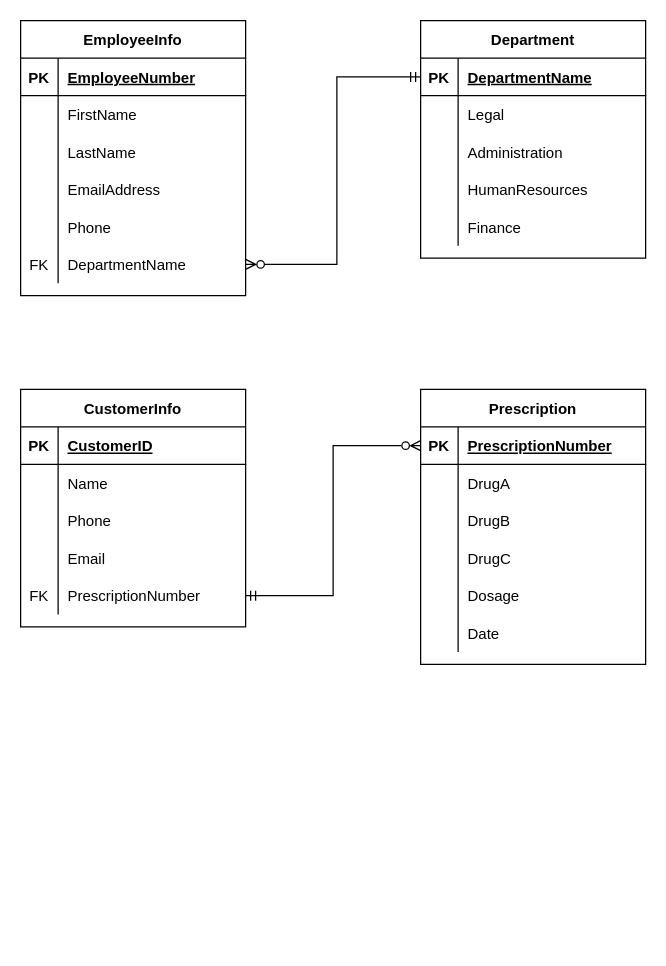
This is In Class Practice.drawio from JerryJi002/Diagrams, a draw.io file, before an edit. Source tidied: cells renumbered, new cells numbered last; positions are measured from the earlier drawing's top-left corner, leaving out a move shared by most shapes. Both pictures are drawn from the tidied source at 125%, with x=0, y=0 at pixel (20, 20).
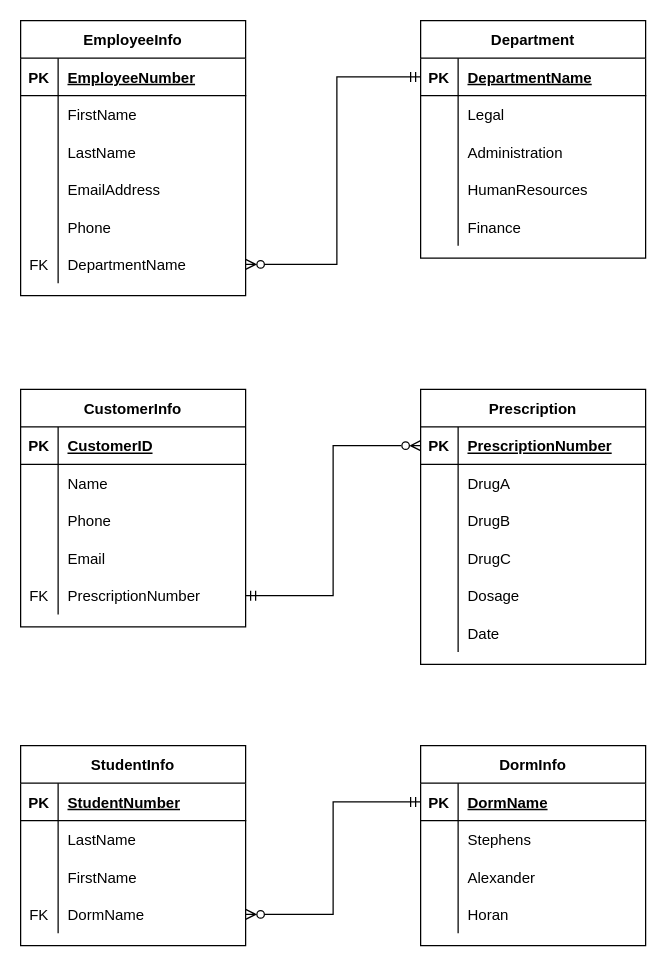
The same diagram, later.

What changed in the source:
```diff
@@
+    <mxCell id="74" value="StudentInfo" style="shape=table;startSize=30;childLayout=tableLayout;rowLines=0;fontStyle=1;align=center;" parent="1" vertex="1">
+      <mxGeometry y="580" width="180" height="160" as="geometry" />
+    </mxCell>
+    <mxCell id="75" style="shape=tableRow;horizontal=0;startSize=0;swimlaneHead=0;swimlaneBody=0;fillColor=none;top=0;left=0;right=0;bottom=1;" parent="74" vertex="1">
+      <mxGeometry y="30" width="180" height="30" as="geometry" />
+    </mxCell>
+    <mxCell id="76" value="PK" style="shape=partialRectangle;fillColor=none;top=0;left=0;bottom=0;right=0;fontStyle=1;overflow=hidden;" parent="75" vertex="1">
+      <mxGeometry width="30" height="30" as="geometry" />
+    </mxCell>
+    <mxCell id="77" value="StudentNumber" style="shape=partialRectangle;fillColor=none;top=0;left=0;bottom=0;right=0;align=left;spacingLeft=6;fontStyle=5;overflow=hidden;" parent="75" vertex="1">
+      <mxGeometry x="30" width="150" height="30" as="geometry" />
+    </mxCell>
+    <mxCell id="78" style="shape=tableRow;horizontal=0;startSize=0;swimlaneHead=0;swimlaneBody=0;fillColor=none;top=0;left=0;right=0;bottom=0;" parent="74" vertex="1">
+      <mxGeometry y="60" width="180" height="30" as="geometry" />
+    </mxCell>
+    <mxCell id="79" style="shape=partialRectangle;fillColor=none;top=0;left=0;bottom=0;right=0;overflow=hidden;" parent="78" vertex="1">
+      <mxGeometry width="30" height="30" as="geometry" />
+    </mxCell>
+    <mxCell id="80" value="LastName" style="shape=partialRectangle;fillColor=none;top=0;left=0;bottom=0;right=0;align=left;spacingLeft=6;overflow=hidden;" parent="78" vertex="1">
+      <mxGeometry x="30" width="150" height="30" as="geometry" />
+    </mxCell>
+    <mxCell id="81" style="shape=tableRow;horizontal=0;startSize=0;swimlaneHead=0;swimlaneBody=0;fillColor=none;top=0;left=0;right=0;bottom=0;" parent="74" vertex="1">
+      <mxGeometry y="90" width="180" height="30" as="geometry" />
+    </mxCell>
+    <mxCell id="82" style="shape=partialRectangle;fillColor=none;top=0;left=0;bottom=0;right=0;overflow=hidden;" parent="81" vertex="1">
+      <mxGeometry width="30" height="30" as="geometry" />
+    </mxCell>
+    <mxCell id="83" value="FirstName" style="shape=partialRectangle;fillColor=none;top=0;left=0;bottom=0;right=0;align=left;spacingLeft=6;overflow=hidden;" parent="81" vertex="1">
+      <mxGeometry x="30" width="150" height="30" as="geometry" />
+    </mxCell>
+    <mxCell id="84" style="shape=tableRow;horizontal=0;startSize=0;swimlaneHead=0;swimlaneBody=0;fillColor=none;points=[[0,0.5],[1,0.5]];portConstraint=eastwest;top=0;left=0;right=0;bottom=0;" parent="74" vertex="1">
+      <mxGeometry y="120" width="180" height="30" as="geometry" />
+    </mxCell>
+    <mxCell id="85" value="FK" style="shape=partialRectangle;fillColor=none;top=0;left=0;bottom=0;right=0;overflow=hidden;" parent="84" vertex="1">
+      <mxGeometry width="30" height="30" as="geometry" />
+    </mxCell>
+    <mxCell id="86" value="DormName" style="shape=partialRectangle;fillColor=none;top=0;left=0;bottom=0;right=0;align=left;spacingLeft=6;overflow=hidden;" parent="84" vertex="1">
+      <mxGeometry x="30" width="150" height="30" as="geometry" />
+    </mxCell>
+    <mxCell id="87" value="DormInfo" style="shape=table;startSize=30;childLayout=tableLayout;rowLines=0;fontStyle=1;align=center;" parent="1" vertex="1">
+      <mxGeometry x="320" y="580" width="180" height="160" as="geometry" />
+    </mxCell>
+    <mxCell id="88" style="shape=tableRow;horizontal=0;startSize=0;swimlaneHead=0;swimlaneBody=0;fillColor=none;points=[[0,0.5],[1,0.5]];portConstraint=eastwest;top=0;left=0;right=0;bottom=1;" parent="87" vertex="1">
+      <mxGeometry y="30" width="180" height="30" as="geometry" />
+    </mxCell>
+    <mxCell id="89" value="PK" style="shape=partialRectangle;fillColor=none;top=0;left=0;bottom=0;right=0;fontStyle=1;overflow=hidden;" parent="88" vertex="1">
+      <mxGeometry width="30" height="30" as="geometry" />
+    </mxCell>
+    <mxCell id="90" value="DormName" style="shape=partialRectangle;fillColor=none;top=0;left=0;bottom=0;right=0;align=left;spacingLeft=6;fontStyle=5;overflow=hidden;" parent="88" vertex="1">
+      <mxGeometry x="30" width="150" height="30" as="geometry" />
+    </mxCell>
+    <mxCell id="91" style="shape=tableRow;horizontal=0;startSize=0;swimlaneHead=0;swimlaneBody=0;fillColor=none;top=0;left=0;right=0;bottom=0;" parent="87" vertex="1">
+      <mxGeometry y="60" width="180" height="30" as="geometry" />
+    </mxCell>
+    <mxCell id="92" style="shape=partialRectangle;fillColor=none;top=0;left=0;bottom=0;right=0;overflow=hidden;" parent="91" vertex="1">
+      <mxGeometry width="30" height="30" as="geometry" />
+    </mxCell>
+    <mxCell id="93" value="Stephens" style="shape=partialRectangle;fillColor=none;top=0;left=0;bottom=0;right=0;align=left;spacingLeft=6;overflow=hidden;" parent="91" vertex="1">
+      <mxGeometry x="30" width="150" height="30" as="geometry" />
+    </mxCell>
+    <mxCell id="94" style="shape=tableRow;horizontal=0;startSize=0;swimlaneHead=0;swimlaneBody=0;fillColor=none;top=0;left=0;right=0;bottom=0;" parent="87" vertex="1">
+      <mxGeometry y="90" width="180" height="30" as="geometry" />
+    </mxCell>
+    <mxCell id="95" style="shape=partialRectangle;fillColor=none;top=0;left=0;bottom=0;right=0;overflow=hidden;" parent="94" vertex="1">
+      <mxGeometry width="30" height="30" as="geometry" />
+    </mxCell>
+    <mxCell id="96" value="Alexander" style="shape=partialRectangle;fillColor=none;top=0;left=0;bottom=0;right=0;align=left;spacingLeft=6;overflow=hidden;" parent="94" vertex="1">
+      <mxGeometry x="30" width="150" height="30" as="geometry" />
+    </mxCell>
+    <mxCell id="97" style="shape=tableRow;horizontal=0;startSize=0;swimlaneHead=0;swimlaneBody=0;fillColor=none;top=0;left=0;right=0;bottom=0;" parent="87" vertex="1">
+      <mxGeometry y="120" width="180" height="30" as="geometry" />
+    </mxCell>
+    <mxCell id="98" style="shape=partialRectangle;fillColor=none;top=0;left=0;bottom=0;right=0;overflow=hidden;" parent="97" vertex="1">
+      <mxGeometry width="30" height="30" as="geometry" />
+    </mxCell>
+    <mxCell id="99" value="Horan" style="shape=partialRectangle;fillColor=none;top=0;left=0;bottom=0;right=0;align=left;spacingLeft=6;overflow=hidden;" parent="97" vertex="1">
+      <mxGeometry x="30" width="150" height="30" as="geometry" />
+    </mxCell>
+    <mxCell id="100" style="edgeStyle=orthogonalEdgeStyle;rounded=0;jettySize=auto;html=1;exitX=1;exitY=0.5;exitDx=0;exitDy=0;entryX=0;entryY=0.5;entryDx=0;entryDy=0;startArrow=ERzeroToMany;startFill=0;endArrow=ERmandOne;endFill=0;" parent="1" edge="1" source="84" target="88">
+      <mxGeometry relative="1" as="geometry" />
+    </mxCell>
```
